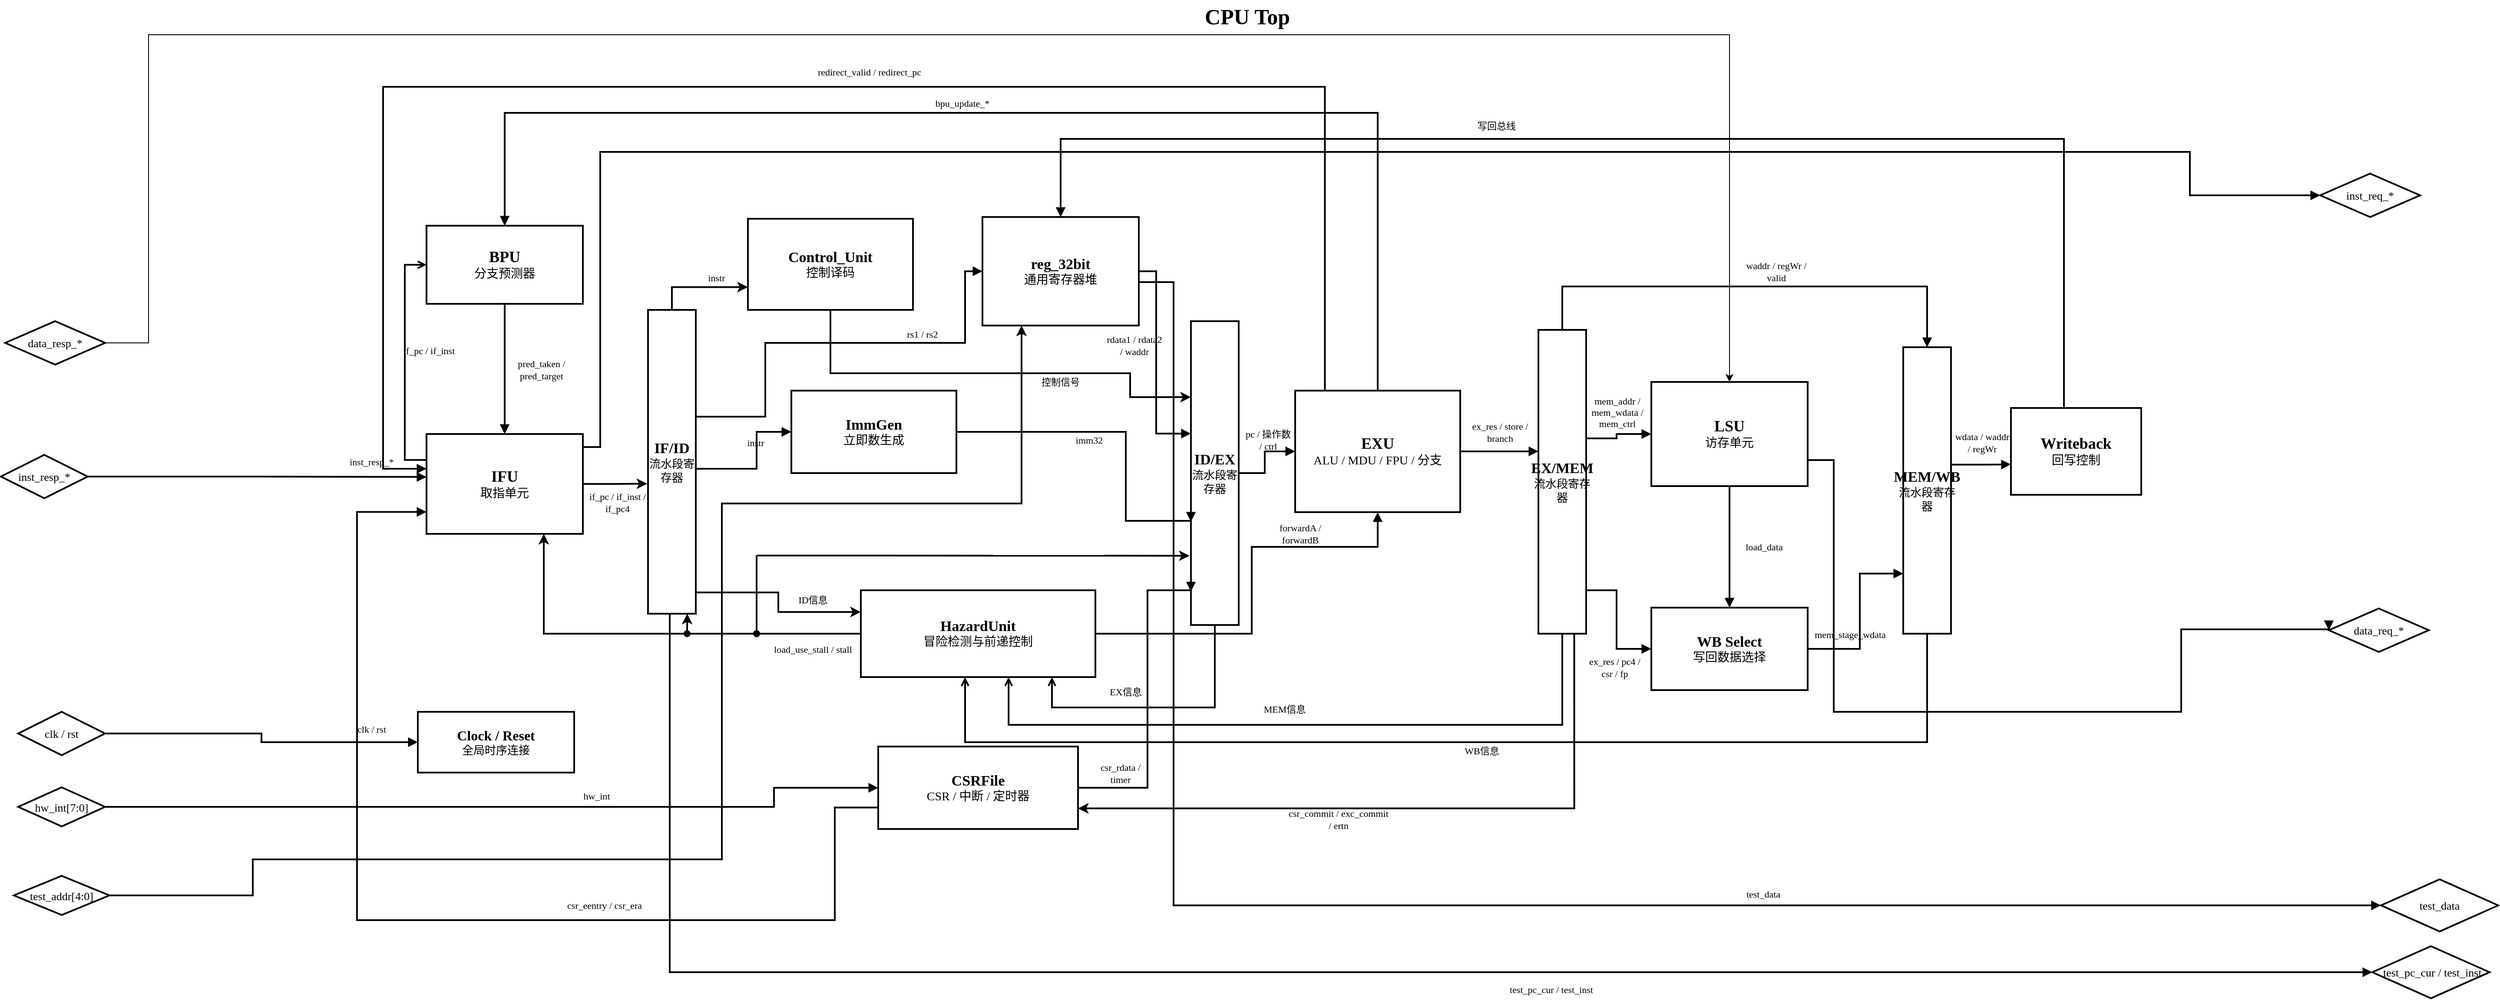
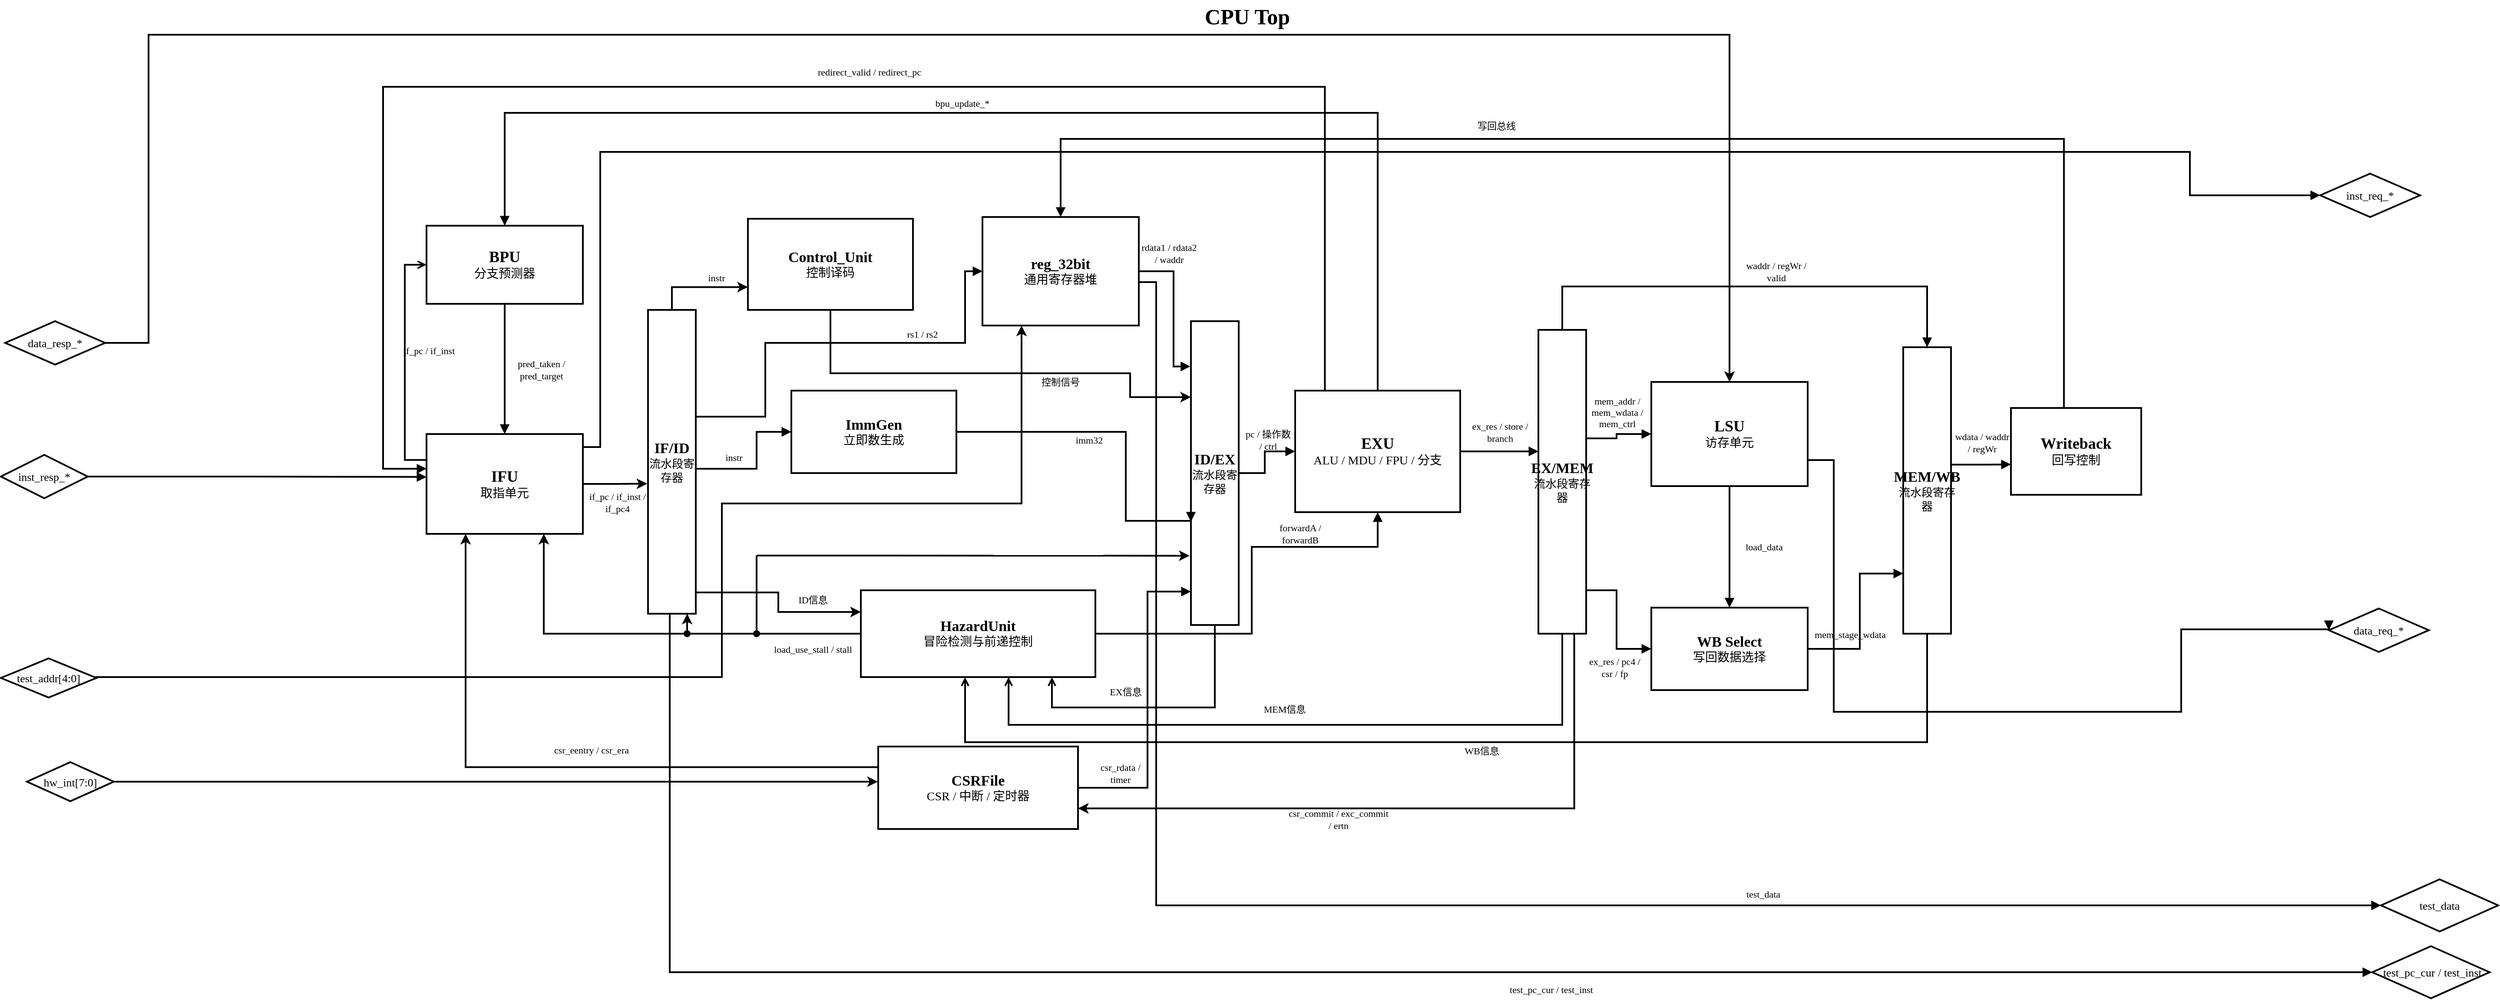
<mxfile host="Electron" agent="ChatGPT">
  <diagram id="cpu-top-spread" name="CPU顶层结构图">
-     <mxGraphModel dx="5873" dy="2003" grid="1" gridSize="10" guides="1" tooltips="1" connect="1" arrows="1" fold="1" page="1" pageScale="1" pageWidth="2450" pageHeight="1300" math="0" shadow="0">
+     <mxGraphModel dx="3971" dy="890" grid="1" gridSize="10" guides="1" tooltips="1" connect="1" arrows="1" fold="1" page="1" pageScale="1" pageWidth="2450" pageHeight="1300" math="0" shadow="0">
      <root>
        <mxCell id="0" />
        <mxCell id="1" parent="0" />
        <mxCell id="title" parent="1" style="text;html=1;whiteSpace=wrap;strokeColor=none;fillColor=none;align=center;verticalAlign=middle;fontFamily=Microsoft YaHei;strokeWidth=2;" value="&lt;font style=&quot;font-size: 25px;&quot;&gt;&lt;b&gt;CPU Top&lt;/b&gt;&lt;/font&gt;" vertex="1">
          <mxGeometry height="38" width="250" x="1050" y="20" as="geometry" />
        </mxCell>
        <mxCell id="bpu" parent="1" style="rounded=0;whiteSpace=wrap;html=1;fillColor=none;strokeColor=#000000;strokeWidth=2;align=center;verticalAlign=middle;fontFamily=Microsoft YaHei;" value="&lt;font style=&quot;font-size: 18px;&quot;&gt;&lt;b&gt;BPU&lt;/b&gt;&lt;/font&gt;&lt;br&gt;&lt;font style=&quot;font-size: 14px;&quot;&gt;分支预测器&lt;/font&gt;" vertex="1">
          <mxGeometry height="90" width="180" x="230" y="280" as="geometry" />
        </mxCell>
        <mxCell id="ifu" parent="1" style="rounded=0;whiteSpace=wrap;html=1;fillColor=none;strokeColor=#000000;strokeWidth=2;align=center;verticalAlign=middle;fontFamily=Microsoft YaHei;" value="&lt;font style=&quot;font-size: 18px;&quot;&gt;&lt;b&gt;IFU&lt;/b&gt;&lt;/font&gt;&lt;br&gt;&lt;font style=&quot;font-size: 14px;&quot;&gt;取指单元&lt;/font&gt;" vertex="1">
          <mxGeometry height="115" width="180" x="230" y="520" as="geometry" />
        </mxCell>
        <mxCell id="JGZYXTujOtgmbutAaPe7-15" edge="1" parent="1" source="ifid" style="edgeStyle=orthogonalEdgeStyle;rounded=0;orthogonalLoop=1;jettySize=auto;html=1;exitX=0.5;exitY=0;exitDx=0;exitDy=0;entryX=0;entryY=0.75;entryDx=0;entryDy=0;strokeWidth=2;" target="ctrl">
          <mxGeometry relative="1" as="geometry" />
        </mxCell>
        <mxCell id="ifid" parent="1" style="rounded=0;whiteSpace=wrap;html=1;fillColor=none;strokeColor=#000000;strokeWidth=2;align=center;verticalAlign=middle;fontFamily=Comic Sans MS;" value="&lt;font style=&quot;font-size: 17px;&quot;&gt;&lt;b&gt;IF/ID&lt;/b&gt;&lt;/font&gt;&lt;br&gt;&lt;font style=&quot;font-size: 13px;&quot;&gt;流水段寄存器&lt;/font&gt;" vertex="1">
          <mxGeometry height="350" width="55" x="485" y="377" as="geometry" />
        </mxCell>
        <mxCell id="JGZYXTujOtgmbutAaPe7-17" edge="1" parent="1" source="ctrl" style="edgeStyle=orthogonalEdgeStyle;rounded=0;orthogonalLoop=1;jettySize=auto;html=1;exitX=0.5;exitY=1;exitDx=0;exitDy=0;entryX=0;entryY=0.25;entryDx=0;entryDy=0;strokeWidth=2;" target="idex">
          <mxGeometry relative="1" as="geometry">
            <Array as="points">
              <mxPoint x="695" y="450" />
              <mxPoint x="1040" y="450" />
              <mxPoint x="1040" y="478" />
            </Array>
          </mxGeometry>
        </mxCell>
        <mxCell id="ctrl" parent="1" style="rounded=0;whiteSpace=wrap;html=1;fillColor=none;strokeColor=#000000;strokeWidth=2;align=center;verticalAlign=middle;fontFamily=Microsoft YaHei;" value="&lt;font style=&quot;font-size: 17px;&quot;&gt;&lt;b&gt;Control_Unit&lt;/b&gt;&lt;/font&gt;&lt;br&gt;&lt;font style=&quot;font-size: 14px;&quot;&gt;控制译码&lt;/font&gt;" vertex="1">
          <mxGeometry height="105" width="190" x="600" y="272" as="geometry" />
        </mxCell>
        <mxCell id="gpr" parent="1" style="rounded=0;whiteSpace=wrap;html=1;fillColor=none;strokeColor=#000000;strokeWidth=2;align=center;verticalAlign=middle;fontFamily=Microsoft YaHei;" value="&lt;font style=&quot;font-size: 17px;&quot;&gt;&lt;b&gt;reg_32bit&lt;/b&gt;&lt;/font&gt;&lt;br&gt;&lt;font style=&quot;font-size: 14px;&quot;&gt;通用寄存器堆&lt;/font&gt;" vertex="1">
          <mxGeometry height="125" width="180" x="870" y="270" as="geometry" />
        </mxCell>
        <mxCell id="imm" parent="1" style="rounded=0;whiteSpace=wrap;html=1;fillColor=none;strokeColor=#000000;strokeWidth=2;align=center;verticalAlign=middle;fontFamily=Microsoft YaHei;" value="&lt;font style=&quot;font-size: 17px;&quot;&gt;&lt;b&gt;ImmGen&lt;/b&gt;&lt;/font&gt;&lt;br&gt;&lt;font style=&quot;font-size: 14px;&quot;&gt;立即数生成&lt;/font&gt;" vertex="1">
          <mxGeometry height="95" width="190" x="650" y="470" as="geometry" />
        </mxCell>
        <mxCell id="JGZYXTujOtgmbutAaPe7-6" edge="1" parent="1" source="haz" style="edgeStyle=orthogonalEdgeStyle;rounded=0;orthogonalLoop=1;jettySize=auto;html=1;exitX=0;exitY=0.5;exitDx=0;exitDy=0;entryX=0.75;entryY=1;entryDx=0;entryDy=0;strokeWidth=2;" target="ifu">
          <mxGeometry relative="1" as="geometry" />
        </mxCell>
        <mxCell id="haz" parent="1" style="rounded=0;whiteSpace=wrap;html=1;fillColor=none;strokeColor=#000000;strokeWidth=2;align=center;verticalAlign=middle;fontFamily=Microsoft YaHei;" value="&lt;font style=&quot;font-size: 17px;&quot;&gt;&lt;b&gt;HazardUnit&lt;/b&gt;&lt;/font&gt;&lt;br&gt;&lt;font style=&quot;font-size: 14px;&quot;&gt;冒险检测与前递控制&lt;/font&gt;" vertex="1">
          <mxGeometry height="100" width="270" x="730" y="700" as="geometry" />
        </mxCell>
+         <mxCell id="kWR4INw5X7goADV6wUQU-3" edge="1" parent="1" source="csr" style="edgeStyle=orthogonalEdgeStyle;rounded=0;orthogonalLoop=1;jettySize=auto;html=1;exitX=0;exitY=0.25;exitDx=0;exitDy=0;entryX=0.25;entryY=1;entryDx=0;entryDy=0;strokeWidth=2;" target="ifu">
+           <mxGeometry relative="1" as="geometry" />
+         </mxCell>
        <mxCell id="csr" parent="1" style="rounded=0;whiteSpace=wrap;html=1;fillColor=none;strokeColor=#000000;strokeWidth=2;align=center;verticalAlign=middle;fontFamily=Microsoft YaHei;" value="&lt;font style=&quot;font-size: 17px;&quot;&gt;&lt;b&gt;CSRFile&lt;/b&gt;&lt;/font&gt;&lt;br&gt;&lt;font style=&quot;font-size: 14px;&quot;&gt;CSR / 中断 / 定时器&lt;/font&gt;" vertex="1">
          <mxGeometry height="95" width="230" x="750" y="880" as="geometry" />
        </mxCell>
-         <mxCell id="clkdist" parent="1" style="rounded=0;whiteSpace=wrap;html=1;fillColor=none;strokeColor=#000000;strokeWidth=2;align=center;verticalAlign=middle;fontFamily=Microsoft YaHei;" value="&lt;font style=&quot;font-size: 16px;&quot;&gt;&lt;b&gt;Clock / Reset&lt;/b&gt;&lt;/font&gt;&lt;br&gt;&lt;font style=&quot;font-size: 13px;&quot;&gt;全局时序连接&lt;/font&gt;" vertex="1">
-           <mxGeometry height="70" width="180" x="220" y="840" as="geometry" />
-         </mxCell>
        <mxCell id="idex" parent="1" style="rounded=0;whiteSpace=wrap;html=1;fillColor=none;strokeColor=#000000;strokeWidth=2;align=center;verticalAlign=middle;fontFamily=Comic Sans MS;" value="&lt;font style=&quot;font-size: 17px;&quot;&gt;&lt;b&gt;ID/EX&lt;/b&gt;&lt;/font&gt;&lt;br&gt;&lt;font style=&quot;font-size: 13px;&quot;&gt;流水段寄存器&lt;/font&gt;" vertex="1">
          <mxGeometry height="350" width="55" x="1110" y="390" as="geometry" />
        </mxCell>
        <mxCell id="exu" parent="1" style="rounded=0;whiteSpace=wrap;html=1;fillColor=none;strokeColor=#000000;strokeWidth=2;align=center;verticalAlign=middle;fontFamily=Microsoft YaHei;" value="&lt;font style=&quot;font-size: 18px;&quot;&gt;&lt;b&gt;EXU&lt;/b&gt;&lt;/font&gt;&lt;br&gt;&lt;font style=&quot;font-size: 14px;&quot;&gt;ALU / MDU / FPU / 分支&lt;/font&gt;" vertex="1">
          <mxGeometry height="140" width="190" x="1230" y="470" as="geometry" />
        </mxCell>
        <mxCell id="JGZYXTujOtgmbutAaPe7-14" edge="1" parent="1" source="exmem" style="edgeStyle=orthogonalEdgeStyle;rounded=0;orthogonalLoop=1;jettySize=auto;html=1;exitX=0.75;exitY=1;exitDx=0;exitDy=0;entryX=1;entryY=0.75;entryDx=0;entryDy=0;strokeWidth=2;" target="csr">
          <mxGeometry relative="1" as="geometry" />
        </mxCell>
        <mxCell id="exmem" parent="1" style="rounded=0;whiteSpace=wrap;html=1;fillColor=none;strokeColor=#000000;strokeWidth=2;align=center;verticalAlign=middle;fontFamily=Comic Sans MS;" value="&lt;font style=&quot;font-size: 17px;&quot;&gt;&lt;b&gt;EX/MEM&lt;/b&gt;&lt;/font&gt;&lt;br&gt;&lt;font style=&quot;font-size: 13px;&quot;&gt;流水段寄存器&lt;/font&gt;" vertex="1">
          <mxGeometry height="350" width="55" x="1510" y="400" as="geometry" />
        </mxCell>
        <mxCell id="lsu" parent="1" style="rounded=0;whiteSpace=wrap;html=1;fillColor=none;strokeColor=#000000;strokeWidth=2;align=center;verticalAlign=middle;fontFamily=Microsoft YaHei;" value="&lt;font style=&quot;font-size: 18px;&quot;&gt;&lt;b&gt;LSU&lt;/b&gt;&lt;/font&gt;&lt;br&gt;&lt;font style=&quot;font-size: 14px;&quot;&gt;访存单元&lt;/font&gt;" vertex="1">
          <mxGeometry height="120" width="180" x="1640" y="460" as="geometry" />
        </mxCell>
        <mxCell id="wbsel" parent="1" style="rounded=0;whiteSpace=wrap;html=1;fillColor=none;strokeColor=#000000;strokeWidth=2;align=center;verticalAlign=middle;fontFamily=Microsoft YaHei;" value="&lt;font style=&quot;font-size: 17px;&quot;&gt;&lt;b&gt;WB Select&lt;/b&gt;&lt;/font&gt;&lt;br&gt;&lt;font style=&quot;font-size: 14px;&quot;&gt;写回数据选择&lt;/font&gt;" vertex="1">
          <mxGeometry height="95" width="180" x="1640" y="720" as="geometry" />
        </mxCell>
        <mxCell id="memwb" parent="1" style="rounded=0;whiteSpace=wrap;html=1;fillColor=none;strokeColor=#000000;strokeWidth=2;align=center;verticalAlign=middle;fontFamily=Comic Sans MS;" value="&lt;font style=&quot;font-size: 17px;&quot;&gt;&lt;b&gt;MEM/WB&lt;/b&gt;&lt;/font&gt;&lt;br&gt;&lt;font style=&quot;font-size: 13px;&quot;&gt;流水段寄存器&lt;/font&gt;" vertex="1">
          <mxGeometry height="330" width="55" x="1930" y="420" as="geometry" />
        </mxCell>
        <mxCell id="wb" parent="1" style="rounded=0;whiteSpace=wrap;html=1;fillColor=none;strokeColor=#000000;strokeWidth=2;align=center;verticalAlign=middle;fontFamily=Microsoft YaHei;" value="&lt;font style=&quot;font-size: 18px;&quot;&gt;&lt;b&gt;Writeback&lt;/b&gt;&lt;/font&gt;&lt;br&gt;&lt;font style=&quot;font-size: 14px;&quot;&gt;回写控制&lt;/font&gt;" vertex="1">
          <mxGeometry height="100" width="150" x="2054" y="490" as="geometry" />
        </mxCell>
-         <mxCell id="p_clk" parent="1" style="shape=rhombus;perimeter=rhombusPerimeter;whiteSpace=wrap;html=1;fillColor=none;strokeColor=#000000;strokeWidth=2;fontSize=13;fontFamily=Comic Sans MS;align=center;verticalAlign=middle;" value="clk / rst" vertex="1">
-           <mxGeometry height="50" width="100" x="-240" y="840" as="geometry" />
-         </mxCell>
        <mxCell id="p_inst_resp" parent="1" style="shape=rhombus;perimeter=rhombusPerimeter;whiteSpace=wrap;html=1;fillColor=none;strokeColor=#000000;strokeWidth=2;fontSize=13;fontFamily=Comic Sans MS;align=center;verticalAlign=middle;" value="inst_resp_*" vertex="1">
          <mxGeometry height="50" width="100" x="-260" y="544" as="geometry" />
        </mxCell>
        <mxCell id="p_hwint" parent="1" style="shape=rhombus;perimeter=rhombusPerimeter;whiteSpace=wrap;html=1;fillColor=none;strokeColor=#000000;strokeWidth=2;fontSize=13;fontFamily=Comic Sans MS;align=center;verticalAlign=middle;" value="hw_int[7:0]" vertex="1">
-           <mxGeometry height="45" width="100" x="-240" y="927" as="geometry" />
+           <mxGeometry height="45" width="100" x="-230" y="898" as="geometry" />
        </mxCell>
        <mxCell id="JGZYXTujOtgmbutAaPe7-16" edge="1" parent="1" source="p_testaddr" style="edgeStyle=orthogonalEdgeStyle;rounded=0;orthogonalLoop=1;jettySize=auto;html=1;exitX=1;exitY=0.5;exitDx=0;exitDy=0;entryX=0.25;entryY=1;entryDx=0;entryDy=0;strokeWidth=2;" target="gpr">
          <mxGeometry relative="1" as="geometry">
            <Array as="points">
-               <mxPoint x="30" y="1052" />
-               <mxPoint x="30" y="1010" />
-               <mxPoint x="570" y="1010" />
+               <mxPoint x="570" y="800" />
              <mxPoint x="570" y="600" />
              <mxPoint x="915" y="600" />
            </Array>
          </mxGeometry>
        </mxCell>
        <mxCell id="p_testaddr" parent="1" style="shape=rhombus;perimeter=rhombusPerimeter;whiteSpace=wrap;html=1;fillColor=none;strokeColor=#000000;strokeWidth=2;fontSize=13;fontFamily=Comic Sans MS;align=center;verticalAlign=middle;" value="test_addr[4:0]" vertex="1">
-           <mxGeometry height="45" width="110" x="-245" y="1029" as="geometry" />
+           <mxGeometry height="45" width="110" x="-260" y="778.5" as="geometry" />
        </mxCell>
        <mxCell id="p_inst_req" parent="1" style="shape=rhombus;perimeter=rhombusPerimeter;whiteSpace=wrap;html=1;fillColor=none;strokeColor=#000000;strokeWidth=2;fontSize=13;fontFamily=Comic Sans MS;align=center;verticalAlign=middle;" value="inst_req_*" vertex="1">
          <mxGeometry height="50" width="115" x="2410" y="220" as="geometry" />
        </mxCell>
-         <mxCell id="aSO9vNV-sZ01oe23dJjC-1" edge="1" parent="1" source="p_data_resp" style="edgeStyle=orthogonalEdgeStyle;rounded=0;orthogonalLoop=1;jettySize=auto;html=1;exitX=1;exitY=0.5;exitDx=0;exitDy=0;entryX=0.5;entryY=0;entryDx=0;entryDy=0;" target="lsu">
+         <mxCell id="aSO9vNV-sZ01oe23dJjC-1" edge="1" parent="1" source="p_data_resp" style="edgeStyle=orthogonalEdgeStyle;rounded=0;orthogonalLoop=1;jettySize=auto;html=1;exitX=1;exitY=0.5;exitDx=0;exitDy=0;entryX=0.5;entryY=0;entryDx=0;entryDy=0;strokeWidth=2;" target="lsu">
          <mxGeometry relative="1" as="geometry">
            <Array as="points">
              <mxPoint x="-90" y="415" />
              <mxPoint x="-90" y="60" />
              <mxPoint x="1730" y="60" />
            </Array>
          </mxGeometry>
        </mxCell>
        <mxCell id="p_data_resp" parent="1" style="shape=rhombus;perimeter=rhombusPerimeter;whiteSpace=wrap;html=1;fillColor=none;strokeColor=#000000;strokeWidth=2;fontSize=13;fontFamily=Comic Sans MS;align=center;verticalAlign=middle;" value="data_resp_*" vertex="1">
          <mxGeometry height="50" width="115" x="-255" y="390" as="geometry" />
        </mxCell>
        <mxCell id="p_data_req" parent="1" style="shape=rhombus;perimeter=rhombusPerimeter;whiteSpace=wrap;html=1;fillColor=none;strokeColor=#000000;strokeWidth=2;fontSize=13;fontFamily=Comic Sans MS;align=center;verticalAlign=middle;" value="data_req_*" vertex="1">
          <mxGeometry height="50" width="115" x="2420" y="721" as="geometry" />
        </mxCell>
        <mxCell id="p_testout" parent="1" style="shape=rhombus;perimeter=rhombusPerimeter;whiteSpace=wrap;html=1;fillColor=none;strokeColor=#000000;strokeWidth=2;fontSize=13;fontFamily=Comic Sans MS;align=center;verticalAlign=middle;" value="test_data" vertex="1">
          <mxGeometry height="60" width="135" x="2480" y="1033" as="geometry" />
        </mxCell>
        <mxCell id="label_e_ifu_ifid" parent="1" style="text;html=1;whiteSpace=wrap;strokeColor=none;fillColor=none;align=center;verticalAlign=middle;fontSize=11;fontFamily=Comic Sans MS;strokeWidth=2;" value="if_pc / if_inst / if_pc4" vertex="1">
          <mxGeometry height="22" width="70" x="415" y="588" as="geometry" />
        </mxCell>
        <mxCell id="label_e_ifid_ctrl" parent="1" style="text;html=1;whiteSpace=wrap;strokeColor=none;fillColor=none;align=center;verticalAlign=middle;fontSize=11;fontFamily=Comic Sans MS;strokeWidth=2;" value="instr" vertex="1">
          <mxGeometry height="20" width="48" x="540" y="330" as="geometry" />
        </mxCell>
        <mxCell id="e_ifid_gpr" edge="1" parent="1" source="ifid" style="edgeStyle=orthogonalEdgeStyle;shape=wire;rounded=0;orthogonalLoop=1;jettySize=auto;html=1;endArrow=block;endFill=1;strokeWidth=2;exitX=1;exitY=0.31;exitPerimeter=1;entryX=0;entryY=0.5;entryPerimeter=1;fillColor=none;" target="gpr" value="">
          <mxGeometry relative="1" as="geometry">
            <Array as="points">
              <mxPoint x="620" y="500" />
              <mxPoint x="620" y="415" />
              <mxPoint x="850" y="415" />
              <mxPoint x="850" y="332" />
            </Array>
          </mxGeometry>
        </mxCell>
        <mxCell id="label_e_ifid_gpr" parent="1" style="text;html=1;whiteSpace=wrap;strokeColor=none;fillColor=none;align=center;verticalAlign=middle;fontSize=11;fontFamily=Comic Sans MS;strokeWidth=2;" value="rs1 / rs2" vertex="1">
          <mxGeometry height="20" width="62" x="770" y="395" as="geometry" />
        </mxCell>
        <mxCell id="e_ifid_imm" edge="1" parent="1" source="ifid" style="edgeStyle=orthogonalEdgeStyle;shape=wire;rounded=0;orthogonalLoop=1;jettySize=auto;html=1;endArrow=block;endFill=1;strokeWidth=2;exitX=1;exitY=0.49;exitPerimeter=1;entryX=0;entryY=0.5;entryPerimeter=1;fillColor=none;" target="imm" value="">
          <mxGeometry relative="1" as="geometry">
            <Array as="points">
              <mxPoint x="610" y="560" />
              <mxPoint x="610" y="518" />
            </Array>
          </mxGeometry>
        </mxCell>
        <mxCell id="label_e_ifid_imm" parent="1" style="text;html=1;whiteSpace=wrap;strokeColor=none;fillColor=none;align=center;verticalAlign=middle;fontSize=11;fontFamily=Comic Sans MS;strokeWidth=2;" value="instr" vertex="1">
-           <mxGeometry height="20" width="48" x="585" y="520" as="geometry" />
+           <mxGeometry height="20" width="48" x="560" y="537" as="geometry" />
        </mxCell>
        <mxCell id="label_e_ctrl_idex" parent="1" style="text;html=1;whiteSpace=wrap;strokeColor=none;fillColor=none;align=center;verticalAlign=middle;fontSize=11;fontFamily=Comic Sans MS;strokeWidth=2;" value="控制信号" vertex="1">
          <mxGeometry height="20" width="60" x="930" y="450" as="geometry" />
        </mxCell>
-         <mxCell id="e_gpr_idex" edge="1" parent="1" source="gpr" style="edgeStyle=orthogonalEdgeStyle;shape=wire;rounded=0;orthogonalLoop=1;jettySize=auto;html=1;endArrow=block;endFill=1;strokeWidth=2;exitX=1;exitY=0.5;exitPerimeter=1;entryX=0;entryY=0.37;entryPerimeter=1;fillColor=none;" target="idex" value="">
-           <mxGeometry relative="1" as="geometry">
-             <Array as="points">
-               <mxPoint x="1070" y="332" />
-               <mxPoint x="1070" y="520" />
+         <mxCell id="e_gpr_idex" edge="1" parent="1" source="gpr" style="edgeStyle=orthogonalEdgeStyle;shape=wire;rounded=0;orthogonalLoop=1;jettySize=auto;html=1;endArrow=block;endFill=1;strokeWidth=2;exitX=1;exitY=0.5;exitPerimeter=1;entryX=-0.012;entryY=0.149;entryPerimeter=0;fillColor=none;entryDx=0;entryDy=0;" target="idex" value="">
+           <mxGeometry relative="1" as="geometry">
+             <Array as="points">
+               <mxPoint x="1090" y="332" />
+               <mxPoint x="1090" y="442" />
            </Array>
          </mxGeometry>
        </mxCell>
        <mxCell id="label_e_gpr_idex" parent="1" style="text;html=1;whiteSpace=wrap;strokeColor=none;fillColor=none;align=center;verticalAlign=middle;fontSize=11;fontFamily=Comic Sans MS;strokeWidth=2;" value="rdata1 / rdata2 / waddr" vertex="1">
-           <mxGeometry height="36" width="70" x="1010" y="400" as="geometry" />
+           <mxGeometry height="36" width="70" x="1050" y="294" as="geometry" />
        </mxCell>
        <mxCell id="e_imm_idex" edge="1" parent="1" source="imm" style="edgeStyle=orthogonalEdgeStyle;shape=wire;rounded=0;orthogonalLoop=1;jettySize=auto;html=1;endArrow=block;endFill=1;strokeWidth=2;exitX=1;exitY=0.5;exitPerimeter=1;entryX=0;entryY=0.66;entryPerimeter=1;fillColor=none;" target="idex" value="">
          <mxGeometry relative="1" as="geometry">
            <Array as="points">
              <mxPoint x="1035" y="518" />
              <mxPoint x="1035" y="620" />
            </Array>
          </mxGeometry>
        </mxCell>
        <mxCell id="label_e_imm_idex" parent="1" style="text;html=1;whiteSpace=wrap;strokeColor=none;fillColor=none;align=center;verticalAlign=middle;fontSize=11;fontFamily=Comic Sans MS;strokeWidth=2;" value="imm32" vertex="1">
          <mxGeometry height="20" width="46" x="970" y="517" as="geometry" />
        </mxCell>
-         <mxCell id="e_csr_idex" edge="1" parent="1" source="csr" style="edgeStyle=orthogonalEdgeStyle;shape=wire;rounded=0;orthogonalLoop=1;jettySize=auto;html=1;endArrow=block;endFill=1;strokeWidth=2;exitX=1;exitY=0.5;exitPerimeter=1;entryX=0;entryY=0.89;entryPerimeter=1;fillColor=none;" target="idex" value="">
+         <mxCell id="e_csr_idex" edge="1" parent="1" style="edgeStyle=orthogonalEdgeStyle;shape=wire;rounded=0;orthogonalLoop=1;jettySize=auto;html=1;endArrow=block;endFill=1;strokeWidth=2;exitX=1;exitY=0.5;exitPerimeter=1;entryX=0;entryY=0.89;entryPerimeter=1;fillColor=none;" value="">
          <mxGeometry relative="1" as="geometry">
            <Array as="points">
              <mxPoint x="1060" y="928" />
-               <mxPoint x="1060" y="700" />
-             </Array>
+               <mxPoint x="1060" y="702" />
+             </Array>
+             <mxPoint x="980" y="927.5" as="sourcePoint" />
+             <mxPoint x="1110" y="701.5" as="targetPoint" />
          </mxGeometry>
        </mxCell>
        <mxCell id="label_e_csr_idex" parent="1" style="text;html=1;whiteSpace=wrap;strokeColor=none;fillColor=none;align=center;verticalAlign=middle;fontSize=11;fontFamily=Comic Sans MS;strokeWidth=2;" value="csr_rdata / timer" vertex="1">
          <mxGeometry height="32" width="68" x="995" y="895" as="geometry" />
        </mxCell>
        <mxCell id="e_idex_exu" edge="1" parent="1" source="idex" style="edgeStyle=orthogonalEdgeStyle;shape=wire;rounded=0;orthogonalLoop=1;jettySize=auto;html=1;endArrow=block;endFill=1;strokeWidth=2;exitX=1;exitY=0.5;exitPerimeter=1;entryX=0;entryY=0.5;entryPerimeter=1;fillColor=none;" target="exu" value="">
          <mxGeometry relative="1" as="geometry">
            <Array as="points">
              <mxPoint x="1195" y="565" />
              <mxPoint x="1195" y="540" />
            </Array>
          </mxGeometry>
        </mxCell>
        <mxCell id="label_e_idex_exu" parent="1" style="text;html=1;whiteSpace=wrap;strokeColor=none;fillColor=none;align=center;verticalAlign=middle;fontSize=11;fontFamily=Comic Sans MS;strokeWidth=2;" value="pc / 操作数 / ctrl" vertex="1">
          <mxGeometry height="34" width="58" x="1170" y="510" as="geometry" />
        </mxCell>
        <mxCell id="e_exu_exmem" edge="1" parent="1" source="exu" style="edgeStyle=orthogonalEdgeStyle;shape=wire;rounded=0;orthogonalLoop=1;jettySize=auto;html=1;endArrow=block;endFill=1;strokeWidth=2;exitX=1;exitY=0.5;exitPerimeter=1;entryX=0;entryY=0.4;entryPerimeter=1;fillColor=none;" target="exmem" value="">
          <mxGeometry relative="1" as="geometry" />
        </mxCell>
        <mxCell id="label_e_exu_exmem" parent="1" style="text;html=1;whiteSpace=wrap;strokeColor=none;fillColor=none;align=center;verticalAlign=middle;fontSize=11;fontFamily=Comic Sans MS;strokeWidth=2;" value="ex_res / store / branch" vertex="1">
          <mxGeometry height="28" width="72" x="1430" y="503.5" as="geometry" />
        </mxCell>
        <mxCell id="e_exmem_lsu" edge="1" parent="1" source="exmem" style="edgeStyle=orthogonalEdgeStyle;shape=wire;rounded=0;orthogonalLoop=1;jettySize=auto;html=1;endArrow=block;endFill=1;strokeWidth=2;exitX=1;exitY=0.36;exitPerimeter=1;entryX=0;entryY=0.5;entryPerimeter=1;fillColor=none;" target="lsu" value="">
          <mxGeometry relative="1" as="geometry">
            <Array as="points">
              <mxPoint x="1600" y="525" />
              <mxPoint x="1600" y="520" />
            </Array>
          </mxGeometry>
        </mxCell>
        <mxCell id="label_e_exmem_lsu" parent="1" style="text;html=1;whiteSpace=wrap;strokeColor=none;fillColor=none;align=center;verticalAlign=middle;fontSize=11;fontFamily=Comic Sans MS;strokeWidth=2;" value="mem_addr / mem_wdata / mem_ctrl" vertex="1">
          <mxGeometry height="32" width="72" x="1565" y="479" as="geometry" />
        </mxCell>
        <mxCell id="e_exmem_wbsel" edge="1" parent="1" source="exmem" style="edgeStyle=orthogonalEdgeStyle;shape=wire;rounded=0;orthogonalLoop=1;jettySize=auto;html=1;endArrow=block;endFill=1;strokeWidth=2;exitX=1;exitY=0.86;exitPerimeter=1;entryX=0;entryY=0.5;entryPerimeter=1;fillColor=none;" target="wbsel" value="">
          <mxGeometry relative="1" as="geometry">
            <Array as="points">
              <mxPoint x="1600" y="700" />
              <mxPoint x="1600" y="768" />
            </Array>
          </mxGeometry>
        </mxCell>
        <mxCell id="label_e_exmem_wbsel" parent="1" style="text;html=1;whiteSpace=wrap;strokeColor=none;fillColor=none;align=center;verticalAlign=middle;fontSize=11;fontFamily=Comic Sans MS;strokeWidth=2;" value="ex_res / pc4 / csr / fp" vertex="1">
          <mxGeometry height="36" width="66" x="1565" y="771" as="geometry" />
        </mxCell>
        <mxCell id="e_lsu_wbsel" edge="1" parent="1" source="lsu" style="edgeStyle=orthogonalEdgeStyle;shape=wire;rounded=0;orthogonalLoop=1;jettySize=auto;html=1;endArrow=block;endFill=1;strokeWidth=2;exitX=0.5;exitY=1;exitPerimeter=1;entryX=0.5;entryY=0;entryPerimeter=1;fillColor=none;" target="wbsel" value="">
          <mxGeometry relative="1" as="geometry" />
        </mxCell>
        <mxCell id="label_e_lsu_wbsel" parent="1" style="text;html=1;whiteSpace=wrap;strokeColor=none;fillColor=none;align=center;verticalAlign=middle;fontSize=11;fontFamily=Comic Sans MS;strokeWidth=2;" value="load_data" vertex="1">
          <mxGeometry height="20" width="60" x="1740" y="640" as="geometry" />
        </mxCell>
        <mxCell id="e_wbsel_memwb" edge="1" parent="1" source="wbsel" style="edgeStyle=orthogonalEdgeStyle;shape=wire;rounded=0;orthogonalLoop=1;jettySize=auto;html=1;endArrow=block;endFill=1;strokeWidth=2;exitX=1;exitY=0.5;exitPerimeter=1;entryX=0;entryY=0.79;entryPerimeter=1;fillColor=none;" target="memwb" value="">
          <mxGeometry relative="1" as="geometry">
            <Array as="points">
              <mxPoint x="1880" y="768" />
              <mxPoint x="1880" y="680" />
            </Array>
          </mxGeometry>
        </mxCell>
        <mxCell id="label_e_wbsel_memwb" parent="1" style="text;html=1;whiteSpace=wrap;strokeColor=none;fillColor=none;align=center;verticalAlign=middle;fontSize=11;fontFamily=Comic Sans MS;strokeWidth=2;" value="mem_stage_wdata" vertex="1">
          <mxGeometry height="32" width="68" x="1835" y="735" as="geometry" />
        </mxCell>
        <mxCell id="e_exmem_memwb" edge="1" parent="1" source="exmem" style="edgeStyle=orthogonalEdgeStyle;shape=wire;rounded=0;orthogonalLoop=1;jettySize=auto;html=1;endArrow=block;endFill=1;strokeWidth=2;exitX=0.5;exitY=0;exitPerimeter=1;entryX=0.5;entryY=0;entryPerimeter=1;fillColor=none;" target="memwb" value="">
          <mxGeometry relative="1" as="geometry">
            <Array as="points">
              <mxPoint x="1537" y="350" />
              <mxPoint x="1957" y="350" />
            </Array>
          </mxGeometry>
        </mxCell>
        <mxCell id="label_e_exmem_memwb" parent="1" style="text;html=1;whiteSpace=wrap;strokeColor=none;fillColor=none;align=center;verticalAlign=middle;fontSize=11;fontFamily=Comic Sans MS;strokeWidth=2;" value="waddr / regWr / valid" vertex="1">
          <mxGeometry height="22" width="78" x="1745" y="322" as="geometry" />
        </mxCell>
        <mxCell id="e_memwb_wb" edge="1" parent="1" source="memwb" style="edgeStyle=orthogonalEdgeStyle;shape=wire;rounded=0;orthogonalLoop=1;jettySize=auto;html=1;endArrow=block;endFill=1;strokeWidth=2;exitX=1;exitY=0.41;exitPerimeter=1;entryX=0;entryY=0.65;entryPerimeter=1;fillColor=none;" target="wb" value="">
          <mxGeometry relative="1" as="geometry" />
        </mxCell>
        <mxCell id="label_e_memwb_wb" parent="1" style="text;html=1;whiteSpace=wrap;strokeColor=none;fillColor=none;align=center;verticalAlign=middle;fontSize=11;fontFamily=Comic Sans MS;strokeWidth=2;" value="wdata / waddr / regWr" vertex="1">
          <mxGeometry height="30" width="66" x="1988" y="515" as="geometry" />
        </mxCell>
        <mxCell id="e_bpu_ifu" edge="1" parent="1" source="bpu" style="edgeStyle=orthogonalEdgeStyle;shape=wire;rounded=0;orthogonalLoop=1;jettySize=auto;html=1;endArrow=block;endFill=1;strokeWidth=2;exitX=0.5;exitY=1;exitPerimeter=1;entryX=0.5;entryY=0;entryPerimeter=1;fillColor=none;" target="ifu" value="">
          <mxGeometry relative="1" as="geometry" />
        </mxCell>
        <mxCell id="label_e_bpu_ifu" parent="1" style="text;html=1;whiteSpace=wrap;strokeColor=none;fillColor=none;align=center;verticalAlign=middle;fontSize=11;fontFamily=Comic Sans MS;strokeWidth=2;" value="pred_taken / pred_target" vertex="1">
          <mxGeometry height="28" width="95" x="315" y="432" as="geometry" />
        </mxCell>
        <mxCell id="e_ifu_bpu" edge="1" parent="1" source="ifu" style="edgeStyle=orthogonalEdgeStyle;shape=wire;rounded=0;orthogonalLoop=1;jettySize=auto;html=1;endArrow=open;endFill=0;strokeWidth=2;exitX=0;exitY=0.26;exitPerimeter=1;entryX=0;entryY=0.5;entryPerimeter=1;fillColor=none;" target="bpu" value="">
          <mxGeometry relative="1" as="geometry">
            <Array as="points">
              <mxPoint x="205" y="550" />
              <mxPoint x="205" y="325" />
            </Array>
          </mxGeometry>
        </mxCell>
        <mxCell id="label_e_ifu_bpu" parent="1" style="text;html=1;whiteSpace=wrap;strokeColor=none;fillColor=none;align=center;verticalAlign=middle;fontSize=11;fontFamily=Comic Sans MS;strokeWidth=2;" value="if_pc / if_inst" vertex="1">
          <mxGeometry height="24" width="66" x="200" y="412" as="geometry" />
        </mxCell>
        <mxCell id="e_exu_redirect" edge="1" parent="1" source="exu" style="edgeStyle=orthogonalEdgeStyle;shape=wire;rounded=0;orthogonalLoop=1;jettySize=auto;html=1;endArrow=block;endFill=1;strokeWidth=2;exitX=0.18;exitY=0;exitPerimeter=1;fillColor=none;" value="">
          <mxGeometry relative="1" as="geometry">
            <Array as="points">
              <mxPoint x="1264" y="120" />
              <mxPoint x="180" y="120" />
              <mxPoint x="180" y="560" />
            </Array>
            <mxPoint x="230" y="560" as="targetPoint" />
          </mxGeometry>
        </mxCell>
        <mxCell id="label_e_exu_redirect" parent="1" style="text;html=1;whiteSpace=wrap;strokeColor=none;fillColor=none;align=center;verticalAlign=middle;fontSize=11;fontFamily=Comic Sans MS;strokeWidth=2;" value="redirect_valid / redirect_pc" vertex="1">
          <mxGeometry height="22" width="130" x="675" y="92" as="geometry" />
        </mxCell>
        <mxCell id="e_exu_bpu_update" edge="1" parent="1" source="exu" style="edgeStyle=orthogonalEdgeStyle;shape=wire;rounded=0;orthogonalLoop=1;jettySize=auto;html=1;endArrow=block;endFill=1;strokeWidth=2;exitX=0.5;exitY=0;exitPerimeter=1;entryX=0.5;entryY=0;entryPerimeter=1;fillColor=none;" target="bpu" value="">
          <mxGeometry relative="1" as="geometry">
            <Array as="points">
              <mxPoint x="1325" y="150" />
              <mxPoint x="320" y="150" />
            </Array>
          </mxGeometry>
        </mxCell>
        <mxCell id="label_e_exu_bpu_update" parent="1" style="text;html=1;whiteSpace=wrap;strokeColor=none;fillColor=none;align=center;verticalAlign=middle;fontSize=11;fontFamily=Comic Sans MS;strokeWidth=2;" value="bpu_update_*" vertex="1">
          <mxGeometry height="22" width="74" x="810" y="128" as="geometry" />
        </mxCell>
        <mxCell id="e_wb_gpr" edge="1" parent="1" source="wb" style="edgeStyle=orthogonalEdgeStyle;shape=wire;rounded=0;orthogonalLoop=1;jettySize=auto;html=1;endArrow=block;endFill=1;strokeWidth=2;exitX=0.5;exitY=0;exitPerimeter=1;entryX=0.5;entryY=0;entryPerimeter=1;fillColor=none;" target="gpr" value="">
          <mxGeometry relative="1" as="geometry">
            <Array as="points">
              <mxPoint x="2115" y="180" />
              <mxPoint x="960" y="180" />
            </Array>
          </mxGeometry>
        </mxCell>
        <mxCell id="label_e_wb_gpr" parent="1" style="text;html=1;whiteSpace=wrap;strokeColor=none;fillColor=none;align=center;verticalAlign=middle;fontSize=11;fontFamily=Comic Sans MS;strokeWidth=2;" value="写回总线" vertex="1">
          <mxGeometry height="22" width="64" x="1430" y="154" as="geometry" />
        </mxCell>
        <mxCell id="label_e_ifid_haz" parent="1" style="text;html=1;whiteSpace=wrap;strokeColor=none;fillColor=none;align=center;verticalAlign=middle;fontSize=11;fontFamily=Comic Sans MS;strokeWidth=2;" value="ID信息" vertex="1">
          <mxGeometry height="20" width="50" x="650" y="701" as="geometry" />
        </mxCell>
        <mxCell id="e_idex_haz" edge="1" parent="1" source="idex" style="edgeStyle=orthogonalEdgeStyle;shape=wire;rounded=0;orthogonalLoop=1;jettySize=auto;html=1;endArrow=open;endFill=0;strokeWidth=2;exitX=0.5;exitY=1;exitPerimeter=1;fillColor=none;" value="">
          <mxGeometry relative="1" as="geometry">
            <Array as="points">
              <mxPoint x="1137" y="835" />
              <mxPoint x="950" y="835" />
            </Array>
            <mxPoint x="950" y="800" as="targetPoint" />
          </mxGeometry>
        </mxCell>
        <mxCell id="label_e_idex_haz" parent="1" style="text;html=1;whiteSpace=wrap;strokeColor=none;fillColor=none;align=center;verticalAlign=middle;fontSize=11;fontFamily=Comic Sans MS;strokeWidth=2;" value="EX信息" vertex="1">
          <mxGeometry height="20" width="50" x="1010" y="807" as="geometry" />
        </mxCell>
        <mxCell id="e_exmem_haz" edge="1" parent="1" source="exmem" style="edgeStyle=orthogonalEdgeStyle;shape=wire;rounded=0;orthogonalLoop=1;jettySize=auto;html=1;endArrow=open;endFill=0;strokeWidth=2;exitX=0.5;exitY=1;exitPerimeter=1;entryX=0.63;entryY=1;entryPerimeter=1;fillColor=none;" target="haz" value="">
          <mxGeometry relative="1" as="geometry">
            <Array as="points">
              <mxPoint x="1537" y="855" />
              <mxPoint x="900" y="855" />
            </Array>
          </mxGeometry>
        </mxCell>
        <mxCell id="label_e_exmem_haz" parent="1" style="text;html=1;whiteSpace=wrap;strokeColor=none;fillColor=none;align=center;verticalAlign=middle;fontSize=11;fontFamily=Comic Sans MS;strokeWidth=2;" value="MEM信息" vertex="1">
          <mxGeometry height="20" width="56" x="1190" y="827" as="geometry" />
        </mxCell>
        <mxCell id="e_memwb_haz" edge="1" parent="1" source="memwb" style="edgeStyle=orthogonalEdgeStyle;shape=wire;rounded=0;orthogonalLoop=1;jettySize=auto;html=1;endArrow=open;endFill=0;strokeWidth=2;exitX=0.5;exitY=1;exitPerimeter=1;fillColor=none;" value="">
          <mxGeometry relative="1" as="geometry">
            <Array as="points">
              <mxPoint x="1957" y="875" />
              <mxPoint x="850" y="875" />
            </Array>
            <mxPoint x="850" y="800" as="targetPoint" />
          </mxGeometry>
        </mxCell>
        <mxCell id="label_e_memwb_haz" parent="1" style="text;html=1;whiteSpace=wrap;strokeColor=none;fillColor=none;align=center;verticalAlign=middle;fontSize=11;fontFamily=Comic Sans MS;strokeWidth=2;" value="WB信息" vertex="1">
          <mxGeometry height="20" width="50" x="1420" y="875" as="geometry" />
        </mxCell>
        <mxCell id="e_haz_exu" edge="1" parent="1" source="haz" style="edgeStyle=orthogonalEdgeStyle;shape=wire;rounded=0;orthogonalLoop=1;jettySize=auto;html=1;endArrow=block;endFill=1;strokeWidth=2;exitX=1;exitY=0.5;exitPerimeter=1;entryX=0.5;entryY=1;entryPerimeter=1;fillColor=none;" target="exu" value="">
          <mxGeometry relative="1" as="geometry">
            <Array as="points">
              <mxPoint x="1180" y="750" />
              <mxPoint x="1180" y="650" />
              <mxPoint x="1325" y="650" />
            </Array>
          </mxGeometry>
        </mxCell>
        <mxCell id="label_e_haz_exu" parent="1" style="text;html=1;whiteSpace=wrap;strokeColor=none;fillColor=none;align=center;verticalAlign=middle;fontSize=11;fontFamily=Comic Sans MS;strokeWidth=2;" value="forwardA / forwardB" vertex="1">
          <mxGeometry height="30" width="82" x="1195" y="620" as="geometry" />
        </mxCell>
        <mxCell id="label_e_haz_ifu" parent="1" style="text;html=1;whiteSpace=wrap;strokeColor=none;fillColor=none;align=center;verticalAlign=middle;fontSize=11;fontFamily=Comic Sans MS;strokeWidth=2;" value="load_use_stall / stall" vertex="1">
          <mxGeometry height="22" width="100" x="625" y="756.5" as="geometry" />
        </mxCell>
-         <mxCell id="e_hwint_csr" edge="1" parent="1" source="p_hwint" style="edgeStyle=orthogonalEdgeStyle;shape=wire;rounded=0;orthogonalLoop=1;jettySize=auto;html=1;endArrow=block;endFill=1;strokeWidth=2;exitX=1;exitY=0.5;exitPerimeter=1;entryX=0;entryY=0.5;entryPerimeter=1;fillColor=none;" target="csr" value="">
-           <mxGeometry relative="1" as="geometry">
-             <Array as="points">
-               <mxPoint x="630" y="950" />
-               <mxPoint x="630" y="928" />
-             </Array>
-           </mxGeometry>
-         </mxCell>
-         <mxCell id="label_e_hwint_csr" parent="1" style="text;html=1;whiteSpace=wrap;strokeColor=none;fillColor=none;align=center;verticalAlign=middle;fontSize=11;fontFamily=Comic Sans MS;strokeWidth=2;" value="hw_int" vertex="1">
-           <mxGeometry height="20" width="52" x="400" y="927" as="geometry" />
-         </mxCell>
        <mxCell id="label_e_exmem_csr" parent="1" style="text;html=1;whiteSpace=wrap;strokeColor=none;fillColor=none;align=center;verticalAlign=middle;fontSize=11;fontFamily=Comic Sans MS;strokeWidth=2;" value="csr_commit / exc_commit / ertn" vertex="1">
          <mxGeometry height="22" width="120" x="1220" y="953" as="geometry" />
        </mxCell>
-         <mxCell id="e_csr_ifu" edge="1" parent="1" source="csr" style="edgeStyle=orthogonalEdgeStyle;shape=wire;rounded=0;orthogonalLoop=1;jettySize=auto;html=1;endArrow=block;endFill=1;strokeWidth=2;exitX=0;exitY=0.74;exitPerimeter=1;entryX=0;entryY=0.78;entryPerimeter=1;fillColor=none;" target="ifu" value="">
-           <mxGeometry relative="1" as="geometry">
-             <Array as="points">
-               <mxPoint x="700" y="950" />
-               <mxPoint x="700" y="1080" />
-               <mxPoint x="150" y="1080" />
-               <mxPoint x="150" y="610" />
-             </Array>
-           </mxGeometry>
-         </mxCell>
        <mxCell id="label_e_csr_ifu" parent="1" style="text;html=1;whiteSpace=wrap;strokeColor=none;fillColor=none;align=center;verticalAlign=middle;fontSize=11;fontFamily=Comic Sans MS;strokeWidth=2;" value="csr_eentry / csr_era" vertex="1">
-           <mxGeometry height="22" width="100" x="385" y="1052" as="geometry" />
-         </mxCell>
-         <mxCell id="e_clk_dist" edge="1" parent="1" source="p_clk" style="edgeStyle=orthogonalEdgeStyle;shape=wire;rounded=0;orthogonalLoop=1;jettySize=auto;html=1;endArrow=block;endFill=1;strokeWidth=2;exitX=1;exitY=0.5;exitPerimeter=1;entryX=0;entryY=0.5;entryPerimeter=1;fillColor=none;" target="clkdist" value="">
-           <mxGeometry relative="1" as="geometry" />
-         </mxCell>
-         <mxCell id="label_e_clk_dist" parent="1" style="text;html=1;whiteSpace=wrap;strokeColor=none;fillColor=none;align=center;verticalAlign=middle;fontSize=11;fontFamily=Comic Sans MS;strokeWidth=2;" value="clk / rst" vertex="1">
-           <mxGeometry height="20" width="64" x="135" y="850" as="geometry" />
+           <mxGeometry height="22" width="100" x="370" y="873" as="geometry" />
        </mxCell>
        <mxCell id="e_instresp_ifu" edge="1" parent="1" source="p_inst_resp" style="edgeStyle=orthogonalEdgeStyle;shape=wire;rounded=0;orthogonalLoop=1;jettySize=auto;html=1;endArrow=block;endFill=1;strokeWidth=2;exitX=1;exitY=0.5;exitPerimeter=1;entryX=0;entryY=0.43;entryPerimeter=1;fillColor=none;" target="ifu" value="">
          <mxGeometry relative="1" as="geometry" />
-         </mxCell>
-         <mxCell id="label_e_instresp_ifu" parent="1" style="text;html=1;whiteSpace=wrap;strokeColor=none;fillColor=none;align=center;verticalAlign=middle;fontSize=11;fontFamily=Comic Sans MS;strokeWidth=2;" value="inst_resp_*" vertex="1">
-           <mxGeometry height="20" width="74" x="130" y="542" as="geometry" />
        </mxCell>
        <mxCell id="e_ifu_instreq" edge="1" parent="1" source="ifu" style="edgeStyle=orthogonalEdgeStyle;shape=wire;rounded=0;orthogonalLoop=1;jettySize=auto;html=1;endArrow=block;endFill=1;strokeWidth=2;exitX=1;exitY=0.13;exitPerimeter=1;entryX=0;entryY=0.5;entryPerimeter=1;fillColor=none;" target="p_inst_req" value="">
          <mxGeometry relative="1" as="geometry">
            <Array as="points">
              <mxPoint x="430" y="535" />
              <mxPoint x="430" y="195" />
              <mxPoint x="2260" y="195" />
              <mxPoint x="2260" y="245" />
            </Array>
          </mxGeometry>
        </mxCell>
        <mxCell id="e_lsu_datareq" edge="1" parent="1" source="lsu" style="edgeStyle=orthogonalEdgeStyle;shape=wire;rounded=0;orthogonalLoop=1;jettySize=auto;html=1;endArrow=block;endFill=1;strokeWidth=2;exitX=1;exitY=0.75;exitPerimeter=1;entryX=0;entryY=0.5;entryPerimeter=1;fillColor=none;" target="p_data_req" value="">
          <mxGeometry relative="1" as="geometry">
            <Array as="points">
              <mxPoint x="1850" y="550" />
              <mxPoint x="1850" y="840" />
              <mxPoint x="2250" y="840" />
              <mxPoint x="2250" y="745" />
            </Array>
          </mxGeometry>
        </mxCell>
        <mxCell id="e_gpr_testout" edge="1" parent="1" source="gpr" style="edgeStyle=orthogonalEdgeStyle;shape=wire;rounded=0;orthogonalLoop=1;jettySize=auto;html=1;endArrow=block;endFill=1;strokeWidth=2;exitX=1;exitY=0.6;exitPerimeter=1;entryX=0;entryY=0.5;entryPerimeter=1;fillColor=none;" target="p_testout" value="">
          <mxGeometry relative="1" as="geometry">
            <Array as="points">
-               <mxPoint x="1090" y="345" />
-               <mxPoint x="1090" y="1063" />
+               <mxPoint x="1070" y="345" />
+               <mxPoint x="1070" y="1063" />
            </Array>
          </mxGeometry>
        </mxCell>
        <mxCell id="label_e_gpr_testout" parent="1" style="text;html=1;whiteSpace=wrap;strokeColor=none;fillColor=none;align=center;verticalAlign=middle;fontSize=11;fontFamily=Comic Sans MS;strokeWidth=2;" value="test_data" vertex="1">
          <mxGeometry height="20" width="62" x="1738" y="1040" as="geometry" />
        </mxCell>
        <mxCell id="e_ifid_testout" edge="1" parent="1" source="ifid" style="edgeStyle=orthogonalEdgeStyle;shape=wire;rounded=0;orthogonalLoop=1;jettySize=auto;html=1;endArrow=block;endFill=1;strokeWidth=2;exitX=0.5;exitY=1;exitPerimeter=1;entryX=0;entryY=0.5;entryDx=0;entryDy=0;fillColor=none;" target="JGZYXTujOtgmbutAaPe7-1" value="">
          <mxGeometry relative="1" as="geometry">
            <Array as="points">
              <mxPoint x="510" y="727" />
              <mxPoint x="510" y="1140" />
            </Array>
          </mxGeometry>
        </mxCell>
        <mxCell id="label_e_ifid_testout" parent="1" style="text;html=1;whiteSpace=wrap;strokeColor=none;fillColor=none;align=center;verticalAlign=middle;fontSize=11;fontFamily=Comic Sans MS;strokeWidth=2;" value="test_pc_cur / test_inst" vertex="1">
          <mxGeometry height="20" width="110" x="1470" y="1150" as="geometry" />
        </mxCell>
        <mxCell id="JGZYXTujOtgmbutAaPe7-1" parent="1" style="shape=rhombus;perimeter=rhombusPerimeter;whiteSpace=wrap;html=1;fillColor=none;strokeColor=#000000;strokeWidth=2;fontSize=13;fontFamily=Comic Sans MS;align=center;verticalAlign=middle;" value="&amp;nbsp;test_pc_cur / test_inst" vertex="1">
          <mxGeometry height="60" width="135" x="2470" y="1110" as="geometry" />
        </mxCell>
        <mxCell id="JGZYXTujOtgmbutAaPe7-3" edge="1" parent="1" source="haz" style="edgeStyle=orthogonalEdgeStyle;rounded=0;orthogonalLoop=1;jettySize=auto;html=1;exitX=0;exitY=0.25;exitDx=0;exitDy=0;entryX=1.017;entryY=0.93;entryDx=0;entryDy=0;entryPerimeter=0;startArrow=classic;startFill=1;endArrow=none;endFill=0;strokeWidth=2;" target="ifid">
          <mxGeometry relative="1" as="geometry" />
        </mxCell>
        <mxCell id="JGZYXTujOtgmbutAaPe7-4" edge="1" parent="1" source="ifu" style="edgeStyle=orthogonalEdgeStyle;rounded=0;orthogonalLoop=1;jettySize=auto;html=1;exitX=1;exitY=0.5;exitDx=0;exitDy=0;entryX=-0.016;entryY=0.572;entryDx=0;entryDy=0;entryPerimeter=0;strokeWidth=2;" target="ifid">
          <mxGeometry relative="1" as="geometry" />
        </mxCell>
        <mxCell id="JGZYXTujOtgmbutAaPe7-8" edge="1" parent="1" style="endArrow=classic;html=1;rounded=0;entryX=0.82;entryY=1;entryDx=0;entryDy=0;entryPerimeter=0;strokeWidth=2;" target="ifid" value="">
          <mxGeometry height="50" relative="1" width="50" as="geometry">
            <mxPoint x="530" y="750" as="sourcePoint" />
            <mxPoint x="770" y="700" as="targetPoint" />
          </mxGeometry>
        </mxCell>
        <mxCell id="JGZYXTujOtgmbutAaPe7-9" parent="1" style="shape=waypoint;sketch=0;fillStyle=solid;size=6;pointerEvents=1;points=[];fillColor=none;resizable=0;rotatable=0;perimeter=centerPerimeter;snapToPoint=1;strokeWidth=2;" value="" vertex="1">
          <mxGeometry height="20" width="20" x="520" y="740" as="geometry" />
        </mxCell>
        <mxCell id="JGZYXTujOtgmbutAaPe7-11" edge="1" parent="1" style="endArrow=none;html=1;rounded=0;strokeWidth=2;" value="">
          <mxGeometry height="50" relative="1" width="50" as="geometry">
            <mxPoint x="610" y="750" as="sourcePoint" />
            <mxPoint x="610" y="660" as="targetPoint" />
          </mxGeometry>
        </mxCell>
        <mxCell id="JGZYXTujOtgmbutAaPe7-12" edge="1" parent="1" style="endArrow=classic;html=1;rounded=0;entryX=-0.028;entryY=0.772;entryDx=0;entryDy=0;entryPerimeter=0;strokeWidth=2;" target="idex" value="">
          <mxGeometry height="50" relative="1" width="50" as="geometry">
            <mxPoint x="610" y="660" as="sourcePoint" />
            <mxPoint x="540" y="820" as="targetPoint" />
          </mxGeometry>
        </mxCell>
        <mxCell id="JGZYXTujOtgmbutAaPe7-13" parent="1" style="shape=waypoint;sketch=0;fillStyle=solid;size=6;pointerEvents=1;points=[];fillColor=none;resizable=0;rotatable=0;perimeter=centerPerimeter;snapToPoint=1;strokeWidth=2;" value="" vertex="1">
          <mxGeometry height="20" width="20" x="600" y="740" as="geometry" />
        </mxCell>
+         <mxCell id="kWR4INw5X7goADV6wUQU-1" edge="1" parent="1" source="p_hwint" style="edgeStyle=orthogonalEdgeStyle;rounded=0;orthogonalLoop=1;jettySize=auto;html=1;exitX=1;exitY=0.5;exitDx=0;exitDy=0;entryX=-0.002;entryY=0.426;entryDx=0;entryDy=0;entryPerimeter=0;strokeWidth=2;" target="csr">
+           <mxGeometry relative="1" as="geometry" />
+         </mxCell>
      </root>
    </mxGraphModel>
  </diagram>
</mxfile>
